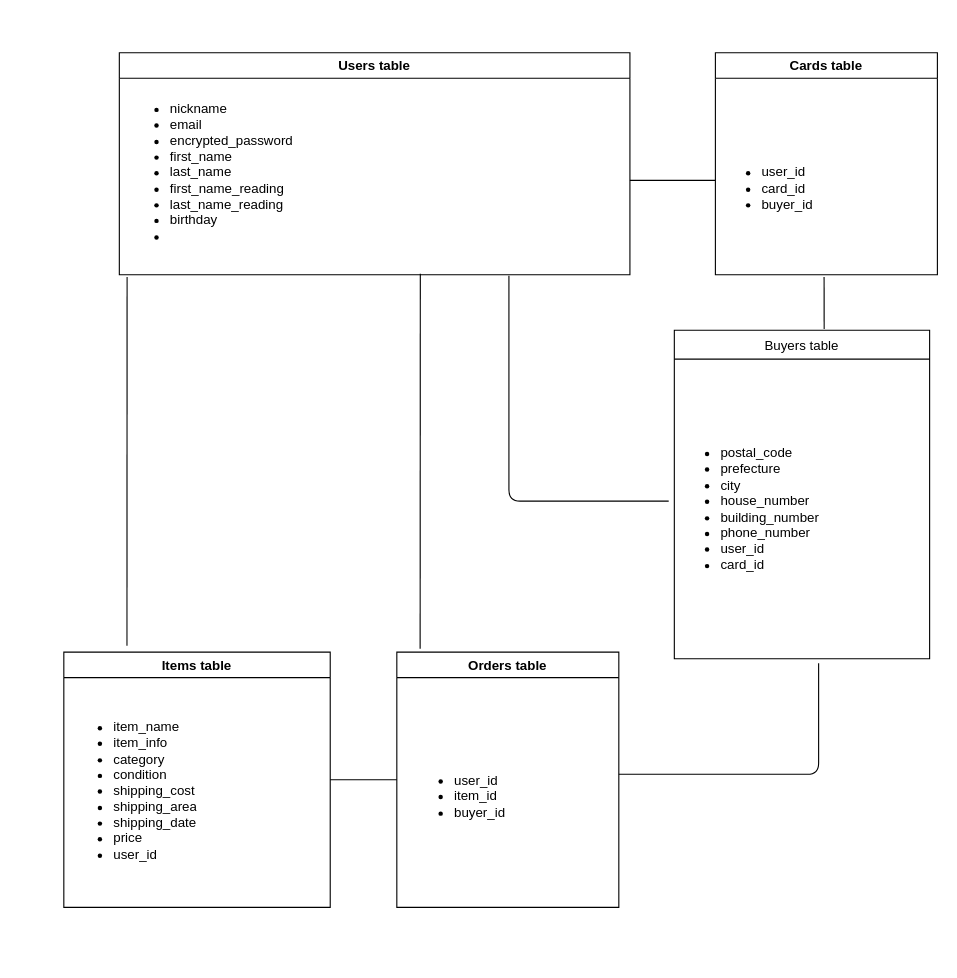
Earlier version of the draw.io diagram furima.dio (takachamp/furima-37107). Source tidied: cells renumbered, new cells numbered last; positions are measured from the earlier drawing's top-left corner, leaving out a move shared by most shapes. Both pictures are drawn from the tidied source at 111%, with x=0, y=0 at pixel (63, 52).
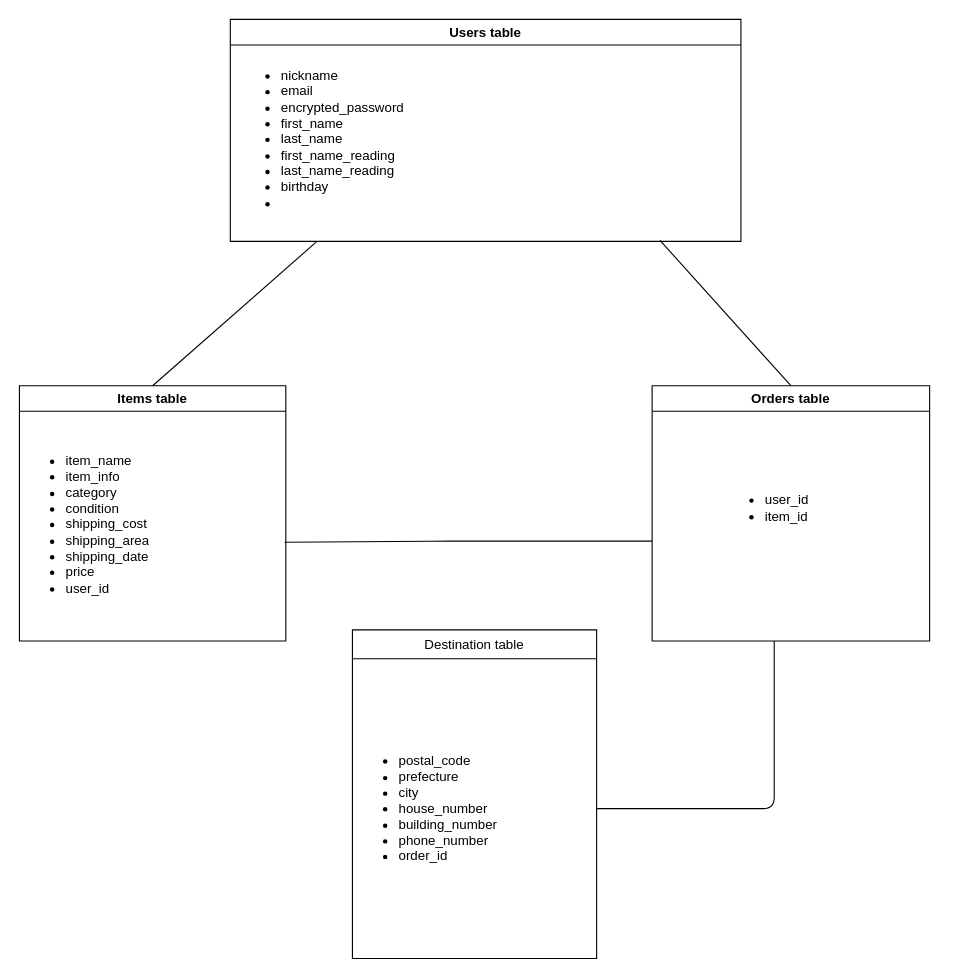
After the change.

Commit message (it also covers changes not shown here):
DB設計　指摘箇所の修正

Unchanged cells that the change refers to:
```xml
<mxCell id="4" value="&lt;ul&gt;&lt;li&gt;nickname&lt;/li&gt;&lt;li&gt;email&lt;/li&gt;&lt;li&gt;encrypted_password&lt;/li&gt;&lt;li&gt;first_name&lt;/li&gt;&lt;li&gt;last_name&lt;/li&gt;&lt;li&gt;first_name_reading&lt;/li&gt;&lt;li&gt;last_name_reading&lt;/li&gt;&lt;li&gt;birthday&lt;/li&gt;&lt;li&gt;&lt;br&gt;&lt;/li&gt;&lt;/ul&gt;" style="text;strokeColor=none;fillColor=none;html=1;whiteSpace=wrap;verticalAlign=middle;overflow=hidden;" parent="3" vertex="1">
  <mxGeometry x="4" y="15" width="446" height="185" as="geometry" />
</mxCell>
```

Diff of the diagram source:
```diff
@@
     <mxCell id="3" value="Users table" style="swimlane;" parent="1" vertex="1">
-      <mxGeometry x="50" width="460" height="200" as="geometry" />
+      <mxGeometry x="150" y="-30" width="460" height="200" as="geometry" />
     </mxCell>
@@
-    <mxCell id="5" value="Cards table" style="swimlane;" parent="1" vertex="1">
-      <mxGeometry x="587" width="200" height="200" as="geometry" />
-    </mxCell>
     <mxCell id="6" value="Items table" style="swimlane;" parent="1" vertex="1">
-      <mxGeometry y="540" width="240" height="230" as="geometry" />
+      <mxGeometry x="-40" y="300" width="240" height="230" as="geometry" />
     </mxCell>
     <mxCell id="7" value="&lt;ul&gt;&lt;li&gt;item_name&lt;/li&gt;&lt;li&gt;item_info&lt;/li&gt;&lt;li&gt;category&lt;/li&gt;&lt;li&gt;condition&lt;/li&gt;&lt;li&gt;shipping_cost&lt;/li&gt;&lt;li&gt;shipping_area&lt;/li&gt;&lt;li&gt;shipping_date&lt;/li&gt;&lt;li&gt;price&lt;/li&gt;&lt;li&gt;user_id&lt;/li&gt;&lt;/ul&gt;" style="text;strokeColor=none;fillColor=none;html=1;whiteSpace=wrap;verticalAlign=middle;overflow=hidden;" parent="6" vertex="1">
-      <mxGeometry x="3" y="20" width="237" height="210" as="geometry" />
+      <mxGeometry y="20" width="237" height="210" as="geometry" />
     </mxCell>
-    <mxCell id="8" value="&lt;div&gt;&lt;br&gt;&lt;/div&gt;&lt;ul&gt;&lt;li&gt;user_id&lt;/li&gt;&lt;li&gt;card_id&lt;/li&gt;&lt;li&gt;buyer_id&lt;/li&gt;&lt;/ul&gt;" style="text;strokeColor=none;fillColor=none;html=1;whiteSpace=wrap;verticalAlign=middle;overflow=hidden;" parent="1" vertex="1">
-      <mxGeometry x="587" y="30" width="180" height="170" as="geometry" />
-    </mxCell>
-    <mxCell id="9" value="Buyers table" style="swimlane;fontStyle=0;horizontal=1;startSize=26;" parent="1" vertex="1">
-      <mxGeometry x="550" y="250" width="230" height="296" as="geometry" />
+    <mxCell id="9" value="Destination table" style="swimlane;fontStyle=0;horizontal=1;startSize=26;" parent="1" vertex="1">
+      <mxGeometry x="260" y="520" width="220" height="296" as="geometry" />
     </mxCell>
-    <mxCell id="10" value="&lt;ul&gt;&lt;li&gt;postal_code&lt;/li&gt;&lt;li&gt;prefecture&lt;/li&gt;&lt;li&gt;city&lt;/li&gt;&lt;li&gt;house_number&lt;/li&gt;&lt;li&gt;building_number&lt;/li&gt;&lt;li&gt;phone_number&lt;/li&gt;&lt;li&gt;user_id&lt;/li&gt;&lt;li&gt;card_id&lt;/li&gt;&lt;/ul&gt;" style="text;strokeColor=none;fillColor=none;html=1;whiteSpace=wrap;verticalAlign=middle;overflow=hidden;" parent="9" vertex="1">
-      <mxGeometry y="26" width="230" height="270" as="geometry" />
+    <mxCell id="10" value="&lt;ul&gt;&lt;li&gt;postal_code&lt;/li&gt;&lt;li&gt;prefecture&lt;/li&gt;&lt;li&gt;city&lt;/li&gt;&lt;li&gt;house_number&lt;/li&gt;&lt;li&gt;building_number&lt;/li&gt;&lt;li&gt;phone_number&lt;/li&gt;&lt;li&gt;order_id&lt;/li&gt;&lt;/ul&gt;" style="text;strokeColor=none;fillColor=none;html=1;whiteSpace=wrap;verticalAlign=middle;overflow=hidden;" parent="9" vertex="1">
+      <mxGeometry y="26" width="220" height="270" as="geometry" />
     </mxCell>
@@
-    <mxCell id="12" style="endArrow=none;html=1;exitX=0.237;exitY=-0.025;exitDx=0;exitDy=0;exitPerimeter=0;" parent="1" edge="1" source="6">
-      <mxGeometry relative="1" as="geometry">
-        <mxPoint x="57" y="202" as="targetPoint" />
-      </mxGeometry>
-    </mxCell>
-    <mxCell id="13" style="endArrow=none;html=1;exitX=0;exitY=0.5;exitDx=0;exitDy=0;" parent="1" edge="1" source="8">
-      <mxGeometry relative="1" as="geometry">
-        <mxPoint x="510" y="115" as="targetPoint" />
-      </mxGeometry>
-    </mxCell>
-    <mxCell id="14" style="endArrow=none;html=1;entryX=0.778;entryY=1.005;entryDx=0;entryDy=0;entryPerimeter=0;exitX=-0.022;exitY=0.474;exitDx=0;exitDy=0;exitPerimeter=0;" parent="1" edge="1" source="10" target="4">
-      <mxGeometry relative="1" as="geometry">
-        <Array as="points">
-          <mxPoint x="401" y="404" />
-        </Array>
-      </mxGeometry>
-    </mxCell>
-    <mxCell id="15" style="endArrow=none;html=1;entryX=0.544;entryY=1.012;entryDx=0;entryDy=0;entryPerimeter=0;" parent="1" edge="1" target="8">
-      <mxGeometry relative="1" as="geometry">
-        <mxPoint x="685" y="249" as="sourcePoint" />
-      </mxGeometry>
-    </mxCell>
     <mxCell id="16" value="Orders table" style="swimlane;" parent="1" vertex="1">
-      <mxGeometry x="300" y="540" width="200" height="230" as="geometry" />
+      <mxGeometry x="530" y="300" width="250" height="230" as="geometry" />
     </mxCell>
-    <mxCell id="17" style="endArrow=none;html=1;entryX=0.599;entryY=0.995;entryDx=0;entryDy=0;entryPerimeter=0;" parent="1" edge="1" target="4">
-      <mxGeometry relative="1" as="geometry">
-        <mxPoint x="321" y="537" as="sourcePoint" />
-      </mxGeometry>
-    </mxCell>
-    <mxCell id="18" style="endArrow=none;html=1;entryX=1;entryY=0.5;entryDx=0;entryDy=0;exitX=0;exitY=0.5;exitDx=0;exitDy=0;" parent="1" edge="1" source="16" target="6">
-      <mxGeometry relative="1" as="geometry" />
-    </mxCell>
-    <mxCell id="19" style="endArrow=none;html=1;" parent="1" edge="1">
-      <mxGeometry relative="1" as="geometry">
-        <mxPoint x="500" y="650" as="sourcePoint" />
-        <mxPoint x="680" y="550" as="targetPoint" />
-        <Array as="points">
-          <mxPoint x="680" y="650" />
-        </Array>
-      </mxGeometry>
-    </mxCell>
-    <mxCell id="20" value="&lt;ul&gt;&lt;li&gt;user_id&lt;/li&gt;&lt;li&gt;item_id&lt;/li&gt;&lt;li&gt;buyer_id&lt;/li&gt;&lt;/ul&gt;" style="text;strokeColor=none;fillColor=none;html=1;whiteSpace=wrap;verticalAlign=middle;overflow=hidden;" parent="1" vertex="1">
-      <mxGeometry x="310" y="570" width="180" height="200" as="geometry" />
-    </mxCell>
+    <mxCell id="21" value="&lt;ul&gt;&lt;li&gt;user_id&lt;/li&gt;&lt;li&gt;item_id&lt;/li&gt;&lt;/ul&gt;" style="text;strokeColor=none;fillColor=none;html=1;whiteSpace=wrap;verticalAlign=middle;overflow=hidden;" parent="16" vertex="1">
+      <mxGeometry x="60" y="70" width="100" height="80" as="geometry" />
+    </mxCell>
+    <mxCell id="22" style="endArrow=none;html=1;entryX=0.166;entryY=1;entryDx=0;entryDy=0;entryPerimeter=0;exitX=0.5;exitY=0;exitDx=0;exitDy=0;" parent="1" edge="1" source="6" target="4">
+      <mxGeometry relative="1" as="geometry" />
+    </mxCell>
+    <mxCell id="23" style="endArrow=none;html=1;exitX=1.008;exitY=0.576;exitDx=0;exitDy=0;exitPerimeter=0;" parent="1" edge="1" source="7">
+      <mxGeometry relative="1" as="geometry">
+        <mxPoint x="530" y="440" as="targetPoint" />
+        <Array as="points">
+          <mxPoint x="340" y="440" />
+        </Array>
+      </mxGeometry>
+    </mxCell>
+    <mxCell id="24" style="endArrow=none;html=1;exitX=1;exitY=0.5;exitDx=0;exitDy=0;" parent="1" edge="1" source="10">
+      <mxGeometry relative="1" as="geometry">
+        <mxPoint x="640" y="530" as="targetPoint" />
+        <Array as="points">
+          <mxPoint x="640" y="681" />
+        </Array>
+      </mxGeometry>
+    </mxCell>
+    <mxCell id="25" style="endArrow=none;html=1;entryX=0.859;entryY=0.995;entryDx=0;entryDy=0;entryPerimeter=0;exitX=0.5;exitY=0;exitDx=0;exitDy=0;" parent="1" edge="1" source="16" target="4">
+      <mxGeometry relative="1" as="geometry" />
+    </mxCell>
```
